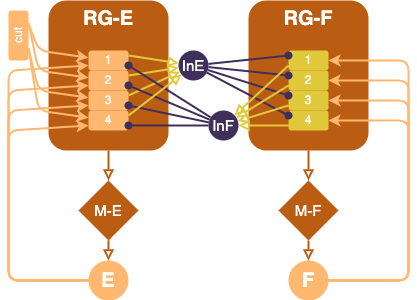
This is figs/CPG_feedback_loops_mems.png from max-talanov/bypass, a draw.io export, as it was before one commit. Source tidied: cells renumbered, new cells last; positions are measured from the earlier drawing's top-left corner, leaving out a move shared by most shapes.
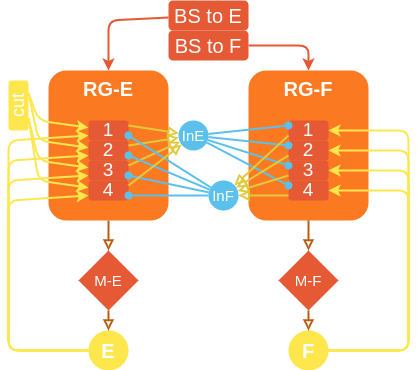
Above is the later version.

What changed in the source:
```diff
@@ -2,49 +2,49 @@
   <root>
     <mxCell id="0" />
     <mxCell id="1" parent="0" />
-    <mxCell id="2" value="RG-E" style="rounded=1;whiteSpace=wrap;html=1;fontSize=20;fillColor=#BA5C12;strokeColor=none;fontColor=#FFFFFF;fontStyle=1;horizontal=1;verticalAlign=top;" parent="1" vertex="1">
+    <mxCell id="2" value="RG-E" style="rounded=1;whiteSpace=wrap;html=1;fontSize=20;fillColor=#FA7921;strokeColor=none;fontColor=#FFFFFF;fontStyle=1;horizontal=1;verticalAlign=top;" parent="1" vertex="1">
       <mxGeometry x="40" width="120" height="150" as="geometry" />
     </mxCell>
-    <mxCell id="3" value="RG-F" style="rounded=1;whiteSpace=wrap;html=1;fontSize=20;fillColor=#BA5C12;strokeColor=none;fontColor=#FFFFFF;fontStyle=1;horizontal=1;verticalAlign=top;" parent="1" vertex="1">
+    <mxCell id="3" value="RG-F" style="rounded=1;whiteSpace=wrap;html=1;fontSize=20;fillColor=#FA7921;strokeColor=none;fontColor=#FFFFFF;fontStyle=1;horizontal=1;verticalAlign=top;" parent="1" vertex="1">
       <mxGeometry x="240" width="120" height="150" as="geometry" />
     </mxCell>
-    <mxCell id="4" value="1" style="rounded=1;whiteSpace=wrap;html=1;fillColor=#FFB86F;strokeColor=none;fontColor=#FFFFFF;" parent="1" vertex="1">
+    <mxCell id="4" value="1" style="rounded=1;whiteSpace=wrap;html=1;fillColor=#E55934;strokeColor=none;fontColor=#FFFFFF;fontSize=19;" parent="1" vertex="1">
       <mxGeometry x="80" y="50" width="40" height="20" as="geometry" />
     </mxCell>
-    <mxCell id="5" value="2" style="rounded=1;whiteSpace=wrap;html=1;fillColor=#FFB86F;strokeColor=none;fontColor=#FFFFFF;" parent="1" vertex="1">
+    <mxCell id="5" value="2" style="rounded=1;whiteSpace=wrap;html=1;fillColor=#E55934;strokeColor=none;fontColor=#FFFFFF;fontSize=19;" parent="1" vertex="1">
       <mxGeometry x="80" y="70" width="40" height="20" as="geometry" />
     </mxCell>
-    <mxCell id="6" value="3" style="rounded=1;whiteSpace=wrap;html=1;fillColor=#FFB86F;strokeColor=none;fontColor=#FFFFFF;" parent="1" vertex="1">
+    <mxCell id="6" value="3" style="rounded=1;whiteSpace=wrap;html=1;fillColor=#E55934;strokeColor=none;fontColor=#FFFFFF;fontSize=19;" parent="1" vertex="1">
       <mxGeometry x="80" y="90" width="40" height="20" as="geometry" />
     </mxCell>
-    <mxCell id="7" value="4" style="rounded=1;whiteSpace=wrap;html=1;fillColor=#FFB86F;strokeColor=none;fontColor=#FFFFFF;" parent="1" vertex="1">
+    <mxCell id="7" value="4" style="rounded=1;whiteSpace=wrap;html=1;fillColor=#E55934;strokeColor=none;fontColor=#FFFFFF;fontSize=19;" parent="1" vertex="1">
       <mxGeometry x="80" y="110" width="40" height="20" as="geometry" />
     </mxCell>
-    <mxCell id="8" value="M-E" style="rhombus;whiteSpace=wrap;html=1;strokeColor=none;fillColor=#BA5C12;fontColor=#FFFFFF;fontSize=15;" parent="1" vertex="1">
+    <mxCell id="8" value="M-E" style="rhombus;whiteSpace=wrap;html=1;strokeColor=none;fillColor=#E55934;fontColor=#FFFFFF;fontSize=15;" parent="1" vertex="1">
       <mxGeometry x="70" y="180" width="60" height="60" as="geometry" />
     </mxCell>
-    <mxCell id="9" value="1" style="rounded=1;whiteSpace=wrap;html=1;fillColor=#E0CA3C;strokeColor=none;fontColor=#FFFFFF;" parent="1" vertex="1">
+    <mxCell id="9" value="1" style="rounded=1;whiteSpace=wrap;html=1;fillColor=#E55934;strokeColor=none;fontColor=#FFFFFF;fontSize=19;fontFamily=Helvetica;" parent="1" vertex="1">
       <mxGeometry x="280" y="50" width="40" height="20" as="geometry" />
     </mxCell>
-    <mxCell id="10" value="2" style="rounded=1;whiteSpace=wrap;html=1;fillColor=#E0CA3C;strokeColor=none;fontColor=#FFFFFF;" parent="1" vertex="1">
+    <mxCell id="10" value="2" style="rounded=1;whiteSpace=wrap;html=1;fillColor=#E55934;strokeColor=none;fontColor=#FFFFFF;fontSize=19;" parent="1" vertex="1">
       <mxGeometry x="280" y="70" width="40" height="20" as="geometry" />
     </mxCell>
-    <mxCell id="11" value="3" style="rounded=1;whiteSpace=wrap;html=1;fillColor=#E0CA3C;strokeColor=none;fontColor=#FFFFFF;" parent="1" vertex="1">
+    <mxCell id="11" value="3" style="rounded=1;whiteSpace=wrap;html=1;fillColor=#E55934;strokeColor=none;fontColor=#FFFFFF;fontSize=19;" parent="1" vertex="1">
       <mxGeometry x="280" y="90" width="40" height="20" as="geometry" />
     </mxCell>
-    <mxCell id="12" value="4" style="rounded=1;whiteSpace=wrap;html=1;fillColor=#E0CA3C;strokeColor=none;fontColor=#FFFFFF;" parent="1" vertex="1">
+    <mxCell id="12" value="4" style="rounded=1;whiteSpace=wrap;html=1;fillColor=#E55934;strokeColor=none;fontColor=#FFFFFF;fontSize=19;" parent="1" vertex="1">
       <mxGeometry x="280" y="110" width="40" height="20" as="geometry" />
     </mxCell>
-    <mxCell id="13" value="M-F" style="rhombus;whiteSpace=wrap;html=1;strokeColor=none;fillColor=#BA5C12;fontColor=#FFFFFF;fontSize=15;" parent="1" vertex="1">
+    <mxCell id="13" value="M-F" style="rhombus;whiteSpace=wrap;html=1;strokeColor=none;fillColor=#E55934;fontColor=#FFFFFF;fontSize=15;" parent="1" vertex="1">
       <mxGeometry x="270" y="180" width="60" height="60" as="geometry" />
     </mxCell>
     <mxCell id="14" style="rounded=0;jettySize=auto;html=1;strokeColor=#BA5C12;strokeWidth=2;endArrow=block;endFill=0;" parent="1" edge="1" source="3" target="13">
       <mxGeometry relative="1" as="geometry" />
     </mxCell>
-    <mxCell id="15" value="E" style="ellipse;whiteSpace=wrap;html=1;fontSize=20;strokeColor=none;fillColor=#FFB86F;fontColor=#FFFFFF;fontStyle=1;" parent="1" vertex="1">
+    <mxCell id="15" value="E" style="ellipse;whiteSpace=wrap;html=1;fontSize=20;strokeColor=none;fillColor=#FDE74C;fontColor=#FFFFFF;fontStyle=1;" parent="1" vertex="1">
       <mxGeometry x="80" y="260" width="40" height="40" as="geometry" />
     </mxCell>
-    <mxCell id="16" value="F" style="ellipse;whiteSpace=wrap;html=1;fontSize=20;strokeColor=none;fillColor=#FFB86F;fontColor=#FFFFFF;fontStyle=1;" parent="1" vertex="1">
+    <mxCell id="16" value="F" style="ellipse;whiteSpace=wrap;html=1;fontSize=20;strokeColor=none;fillColor=#FDE74C;fontColor=#FFFFFF;fontStyle=1;" parent="1" vertex="1">
       <mxGeometry x="280" y="260" width="40" height="40" as="geometry" />
     </mxCell>
     <mxCell id="17" style="rounded=0;jettySize=auto;html=1;strokeColor=#BA5C12;strokeWidth=2;endArrow=block;endFill=0;" parent="1" edge="1" source="8" target="15">
@@ -53,19 +53,19 @@
     <mxCell id="18" style="rounded=0;jettySize=auto;html=1;strokeColor=#BA5C12;strokeWidth=2;endArrow=block;endFill=0;" parent="1" edge="1" source="13" target="16">
       <mxGeometry relative="1" as="geometry" />
     </mxCell>
-    <mxCell id="19" value="InE" style="ellipse;whiteSpace=wrap;html=1;fontSize=15;strokeColor=none;fillColor=#3E2F5B;fontColor=#FFFFFF;fontStyle=0;" parent="1" vertex="1">
+    <mxCell id="19" value="InE" style="ellipse;whiteSpace=wrap;html=1;fontSize=15;strokeColor=none;fillColor=#5BC0EB;fontColor=#FFFFFF;fontStyle=0;" parent="1" vertex="1">
       <mxGeometry x="170" y="50" width="30" height="30" as="geometry" />
     </mxCell>
-    <mxCell id="20" style="rounded=0;jettySize=auto;html=1;strokeColor=#3E2F5B;endArrow=oval;endFill=1;strokeWidth=2;entryX=0;entryY=0.25;entryDx=0;entryDy=0;" parent="1" edge="1" source="19" target="9">
+    <mxCell id="20" style="rounded=0;jettySize=auto;html=1;strokeColor=#5BC0EB;endArrow=oval;endFill=1;strokeWidth=2;entryX=0;entryY=0.25;entryDx=0;entryDy=0;" parent="1" edge="1" source="19" target="9">
       <mxGeometry relative="1" as="geometry" />
     </mxCell>
-    <mxCell id="21" style="rounded=0;jettySize=auto;html=1;strokeColor=#3E2F5B;endArrow=oval;endFill=1;strokeWidth=2;entryX=0;entryY=0.25;entryDx=0;entryDy=0;" parent="1" edge="1" source="19" target="10">
+    <mxCell id="21" style="rounded=0;jettySize=auto;html=1;strokeColor=#5BC0EB;endArrow=oval;endFill=1;strokeWidth=2;entryX=0;entryY=0.25;entryDx=0;entryDy=0;" parent="1" edge="1" source="19" target="10">
       <mxGeometry relative="1" as="geometry" />
     </mxCell>
-    <mxCell id="22" style="rounded=0;jettySize=auto;html=1;strokeColor=#3E2F5B;endArrow=oval;endFill=1;strokeWidth=2;entryX=0;entryY=0.25;entryDx=0;entryDy=0;" parent="1" edge="1" source="19" target="11">
+    <mxCell id="22" style="rounded=0;jettySize=auto;html=1;strokeColor=#5BC0EB;endArrow=oval;endFill=1;strokeWidth=2;entryX=0;entryY=0.25;entryDx=0;entryDy=0;" parent="1" edge="1" source="19" target="11">
       <mxGeometry relative="1" as="geometry" />
     </mxCell>
-    <mxCell id="23" style="rounded=0;jettySize=auto;html=1;strokeColor=#3E2F5B;endArrow=oval;endFill=1;strokeWidth=2;entryX=0;entryY=0.25;entryDx=0;entryDy=0;" parent="1" edge="1" source="19" target="12">
+    <mxCell id="23" style="rounded=0;jettySize=auto;html=1;strokeColor=#5BC0EB;endArrow=oval;endFill=1;strokeWidth=2;entryX=0;entryY=0.25;entryDx=0;entryDy=0;" parent="1" edge="1" source="19" target="12">
       <mxGeometry relative="1" as="geometry" />
     </mxCell>
     <mxCell id="24" style="rounded=0;jettySize=auto;html=1;strokeColor=#E0CA3C;strokeWidth=2;exitX=1;exitY=0.25;exitDx=0;exitDy=0;endArrow=block;endFill=0;" parent="1" edge="1" source="4" target="19">
@@ -80,16 +80,16 @@
     <mxCell id="27" style="rounded=0;jettySize=auto;html=1;strokeColor=#E0CA3C;strokeWidth=2;exitX=0;exitY=0.75;exitDx=0;exitDy=0;endArrow=block;endFill=0;" parent="1" edge="1" source="9" target="28">
       <mxGeometry relative="1" as="geometry" />
     </mxCell>
-    <mxCell id="28" value="InF" style="ellipse;whiteSpace=wrap;html=1;fontSize=15;strokeColor=none;fillColor=#3E2F5B;fontColor=#FFFFFF;fontStyle=0;" parent="1" vertex="1">
+    <mxCell id="28" value="InF" style="ellipse;whiteSpace=wrap;html=1;fontSize=15;strokeColor=none;fillColor=#5BC0EB;fontColor=#FFFFFF;fontStyle=0;" parent="1" vertex="1">
       <mxGeometry x="200" y="110" width="30" height="30" as="geometry" />
     </mxCell>
-    <mxCell id="29" style="rounded=0;jettySize=auto;html=1;strokeColor=#3E2F5B;endArrow=oval;endFill=1;strokeWidth=2;entryX=1;entryY=0.75;entryDx=0;entryDy=0;" parent="1" edge="1" source="28" target="6">
+    <mxCell id="29" style="rounded=0;jettySize=auto;html=1;strokeColor=#5BC0EB;endArrow=oval;endFill=1;strokeWidth=2;entryX=1;entryY=0.75;entryDx=0;entryDy=0;" parent="1" edge="1" source="28" target="6">
       <mxGeometry relative="1" as="geometry" />
     </mxCell>
-    <mxCell id="30" style="rounded=0;jettySize=auto;html=1;strokeColor=#3E2F5B;endArrow=oval;endFill=1;strokeWidth=2;entryX=1;entryY=0.75;entryDx=0;entryDy=0;" parent="1" edge="1" source="28" target="5">
+    <mxCell id="30" style="rounded=0;jettySize=auto;html=1;strokeColor=#5BC0EB;endArrow=oval;endFill=1;strokeWidth=2;entryX=1;entryY=0.75;entryDx=0;entryDy=0;" parent="1" edge="1" source="28" target="5">
       <mxGeometry relative="1" as="geometry" />
     </mxCell>
-    <mxCell id="31" style="rounded=0;jettySize=auto;html=1;strokeColor=#3E2F5B;endArrow=oval;endFill=1;strokeWidth=2;entryX=1;entryY=0.75;entryDx=0;entryDy=0;" parent="1" edge="1" source="28" target="4">
+    <mxCell id="31" style="rounded=0;jettySize=auto;html=1;strokeColor=#5BC0EB;endArrow=oval;endFill=1;strokeWidth=2;entryX=1;entryY=0.75;entryDx=0;entryDy=0;" parent="1" edge="1" source="28" target="4">
       <mxGeometry relative="1" as="geometry" />
     </mxCell>
     <mxCell id="32" style="rounded=0;jettySize=auto;html=1;strokeColor=#E0CA3C;strokeWidth=2;exitX=0;exitY=0.75;exitDx=0;exitDy=0;endArrow=block;endFill=0;" parent="1" edge="1" source="10" target="28">
@@ -104,7 +104,7 @@
     <mxCell id="35" style="rounded=0;jettySize=auto;html=1;strokeColor=#BA5C12;strokeWidth=2;exitX=0.5;exitY=1;exitDx=0;exitDy=0;endArrow=block;endFill=0;" parent="1" edge="1" source="2" target="8">
       <mxGeometry relative="1" as="geometry" />
     </mxCell>
-    <mxCell id="36" style="jettySize=auto;html=1;strokeColor=#FFB86F;strokeWidth=2;rounded=1;entryX=0;entryY=0.75;entryDx=0;entryDy=0;" parent="1" edge="1" source="15" target="4">
+    <mxCell id="36" style="jettySize=auto;html=1;strokeColor=#FDE74C;strokeWidth=2;rounded=1;entryX=0;entryY=0.75;entryDx=0;entryDy=0;" parent="1" edge="1" source="15" target="4">
       <mxGeometry relative="1" as="geometry">
         <Array as="points">
           <mxPoint y="280" />
@@ -112,31 +112,31 @@
         </Array>
       </mxGeometry>
     </mxCell>
-    <mxCell id="37" value="cut" style="rounded=1;whiteSpace=wrap;html=1;fillColor=#FFB86F;strokeColor=none;fontColor=#FFFFFF;horizontal=0;" parent="1" vertex="1">
+    <mxCell id="37" value="cut" style="rounded=1;whiteSpace=wrap;html=1;fillColor=#FDE74C;strokeColor=none;fontColor=#FFFFFF;horizontal=0;fontSize=18;" parent="1" vertex="1">
       <mxGeometry y="10" width="20" height="50" as="geometry" />
     </mxCell>
-    <mxCell id="38" style="jettySize=auto;html=1;strokeColor=#FFB86F;strokeWidth=2;rounded=1;exitX=1;exitY=0.75;exitDx=0;exitDy=0;" parent="1" edge="1" source="37" target="7">
+    <mxCell id="38" style="jettySize=auto;html=1;strokeColor=#FDE74C;strokeWidth=2;rounded=1;exitX=1;exitY=0.75;exitDx=0;exitDy=0;" parent="1" edge="1" source="37" target="7">
       <mxGeometry relative="1" as="geometry">
         <Array as="points">
           <mxPoint x="30" y="110" />
         </Array>
       </mxGeometry>
     </mxCell>
-    <mxCell id="39" style="jettySize=auto;html=1;strokeColor=#FFB86F;strokeWidth=2;rounded=1;exitX=1;exitY=0.75;exitDx=0;exitDy=0;" parent="1" edge="1" source="37" target="6">
+    <mxCell id="39" style="jettySize=auto;html=1;strokeColor=#FDE74C;strokeWidth=2;rounded=1;exitX=1;exitY=0.75;exitDx=0;exitDy=0;" parent="1" edge="1" source="37" target="6">
       <mxGeometry relative="1" as="geometry">
         <Array as="points">
           <mxPoint x="30" y="90" />
         </Array>
       </mxGeometry>
     </mxCell>
-    <mxCell id="40" style="jettySize=auto;html=1;strokeColor=#FFB86F;strokeWidth=2;rounded=1;exitX=1;exitY=0.25;exitDx=0;exitDy=0;" parent="1" edge="1" source="37" target="5">
+    <mxCell id="40" style="jettySize=auto;html=1;strokeColor=#FDE74C;strokeWidth=2;rounded=1;exitX=1;exitY=0.25;exitDx=0;exitDy=0;" parent="1" edge="1" source="37" target="5">
       <mxGeometry relative="1" as="geometry">
         <Array as="points">
           <mxPoint x="30" y="70" />
         </Array>
       </mxGeometry>
     </mxCell>
-    <mxCell id="41" style="jettySize=auto;html=1;strokeColor=#FFB86F;strokeWidth=2;rounded=1;exitX=1;exitY=0.25;exitDx=0;exitDy=0;" parent="1" edge="1" source="37" target="4">
+    <mxCell id="41" style="jettySize=auto;html=1;strokeColor=#FDE74C;strokeWidth=2;rounded=1;exitX=1;exitY=0.25;exitDx=0;exitDy=0;" parent="1" edge="1" source="37" target="4">
       <mxGeometry relative="1" as="geometry">
         <Array as="points">
           <mxPoint x="30" y="50" />
@@ -146,10 +146,10 @@
     <mxCell id="42" style="rounded=0;jettySize=auto;html=1;strokeColor=#E0CA3C;strokeWidth=2;endArrow=block;endFill=0;exitX=1;exitY=0.25;exitDx=0;exitDy=0;" parent="1" edge="1" source="7" target="19">
       <mxGeometry relative="1" as="geometry" />
     </mxCell>
-    <mxCell id="43" style="rounded=0;jettySize=auto;html=1;strokeColor=#3E2F5B;endArrow=oval;endFill=1;strokeWidth=2;entryX=1;entryY=0.75;entryDx=0;entryDy=0;" parent="1" edge="1" source="28" target="7">
+    <mxCell id="43" style="rounded=0;jettySize=auto;html=1;strokeColor=#5BC0EB;endArrow=oval;endFill=1;strokeWidth=2;entryX=1;entryY=0.75;entryDx=0;entryDy=0;" parent="1" edge="1" source="28" target="7">
       <mxGeometry relative="1" as="geometry" />
     </mxCell>
-    <mxCell id="44" style="jettySize=auto;html=1;strokeColor=#FFB86F;strokeWidth=2;rounded=1;" parent="1" edge="1" source="16" target="9">
+    <mxCell id="44" style="jettySize=auto;html=1;strokeColor=#FDE74C;strokeWidth=2;rounded=1;" parent="1" edge="1" source="16" target="9">
       <mxGeometry relative="1" as="geometry">
         <Array as="points">
           <mxPoint x="400" y="280" />
@@ -157,7 +157,7 @@
         </Array>
       </mxGeometry>
     </mxCell>
-    <mxCell id="45" style="jettySize=auto;html=1;strokeColor=#FFB86F;strokeWidth=2;rounded=1;" parent="1" edge="1" source="16" target="10">
+    <mxCell id="45" style="jettySize=auto;html=1;strokeColor=#FDE74C;strokeWidth=2;rounded=1;" parent="1" edge="1" source="16" target="10">
       <mxGeometry relative="1" as="geometry">
         <Array as="points">
           <mxPoint x="400" y="280" />
@@ -165,7 +165,7 @@
         </Array>
       </mxGeometry>
     </mxCell>
-    <mxCell id="46" style="jettySize=auto;html=1;strokeColor=#FFB86F;strokeWidth=2;rounded=1;" parent="1" edge="1" source="16" target="11">
+    <mxCell id="46" style="jettySize=auto;html=1;strokeColor=#FDE74C;strokeWidth=2;rounded=1;" parent="1" edge="1" source="16" target="11">
       <mxGeometry relative="1" as="geometry">
         <Array as="points">
           <mxPoint x="400" y="280" />
@@ -173,7 +173,7 @@
         </Array>
       </mxGeometry>
     </mxCell>
-    <mxCell id="47" style="jettySize=auto;html=1;strokeColor=#FFB86F;strokeWidth=2;rounded=1;entryX=1;entryY=0.5;entryDx=0;entryDy=0;" parent="1" edge="1" target="12">
+    <mxCell id="47" style="jettySize=auto;html=1;strokeColor=#FDE74C;strokeWidth=2;rounded=1;entryX=1;entryY=0.5;entryDx=0;entryDy=0;" parent="1" edge="1" target="12">
       <mxGeometry relative="1" as="geometry">
         <mxPoint x="320" y="280" as="sourcePoint" />
         <Array as="points">
@@ -182,7 +182,7 @@
         </Array>
       </mxGeometry>
     </mxCell>
-    <mxCell id="48" style="jettySize=auto;html=1;strokeColor=#FFB86F;strokeWidth=2;rounded=1;entryX=0;entryY=0.75;entryDx=0;entryDy=0;" parent="1" edge="1" target="5">
+    <mxCell id="48" style="jettySize=auto;html=1;strokeColor=#FDE74C;strokeWidth=2;rounded=1;entryX=0;entryY=0.75;entryDx=0;entryDy=0;" parent="1" edge="1" target="5">
       <mxGeometry relative="1" as="geometry">
         <mxPoint x="80" y="280" as="sourcePoint" />
         <Array as="points">
@@ -191,7 +191,7 @@
         </Array>
       </mxGeometry>
     </mxCell>
-    <mxCell id="49" style="jettySize=auto;html=1;strokeColor=#FFB86F;strokeWidth=2;rounded=1;entryX=0;entryY=0.75;entryDx=0;entryDy=0;" parent="1" edge="1" target="6">
+    <mxCell id="49" style="jettySize=auto;html=1;strokeColor=#FDE74C;strokeWidth=2;rounded=1;entryX=0;entryY=0.75;entryDx=0;entryDy=0;" parent="1" edge="1" target="6">
       <mxGeometry relative="1" as="geometry">
         <mxPoint x="80" y="280" as="sourcePoint" />
         <Array as="points">
@@ -200,7 +200,7 @@
         </Array>
       </mxGeometry>
     </mxCell>
-    <mxCell id="50" style="jettySize=auto;html=1;strokeColor=#FFB86F;strokeWidth=2;rounded=1;entryX=0;entryY=0.75;entryDx=0;entryDy=0;exitX=0;exitY=0.5;exitDx=0;exitDy=0;" parent="1" edge="1" source="15" target="7">
+    <mxCell id="50" style="jettySize=auto;html=1;strokeColor=#FDE74C;strokeWidth=2;rounded=1;entryX=0;entryY=0.75;entryDx=0;entryDy=0;exitX=0;exitY=0.5;exitDx=0;exitDy=0;" parent="1" edge="1" source="15" target="7">
       <mxGeometry relative="1" as="geometry">
         <Array as="points">
           <mxPoint y="280" />
@@ -208,5 +208,25 @@
         </Array>
       </mxGeometry>
     </mxCell>
+    <mxCell id="51" value="BS to E" style="rounded=1;whiteSpace=wrap;html=1;fillColor=#E55934;strokeColor=none;fontColor=#FFFFFF;fontSize=20;" parent="1" vertex="1">
+      <mxGeometry x="160" y="-70" width="80" height="30" as="geometry" />
+    </mxCell>
+    <mxCell id="52" style="rounded=1;jettySize=auto;html=1;strokeColor=#E55934;strokeWidth=2;entryX=0.5;entryY=0;entryDx=0;entryDy=0;" parent="1" edge="1" source="51" target="2">
+      <mxGeometry relative="1" as="geometry">
+        <Array as="points">
+          <mxPoint x="100" y="-50" />
+        </Array>
+      </mxGeometry>
+    </mxCell>
+    <mxCell id="53" value="BS to F" style="rounded=1;whiteSpace=wrap;html=1;fillColor=#E55934;strokeColor=none;fontColor=#FFFFFF;fontSize=20;" parent="1" vertex="1">
+      <mxGeometry x="160" y="-40" width="80" height="30" as="geometry" />
+    </mxCell>
+    <mxCell id="54" style="rounded=1;jettySize=auto;html=1;strokeColor=#E55934;strokeWidth=2;" parent="1" edge="1" source="53" target="3">
+      <mxGeometry relative="1" as="geometry">
+        <Array as="points">
+          <mxPoint x="300" y="-25" />
+        </Array>
+      </mxGeometry>
+    </mxCell>
   </root>
 </mxGraphModel>
```
